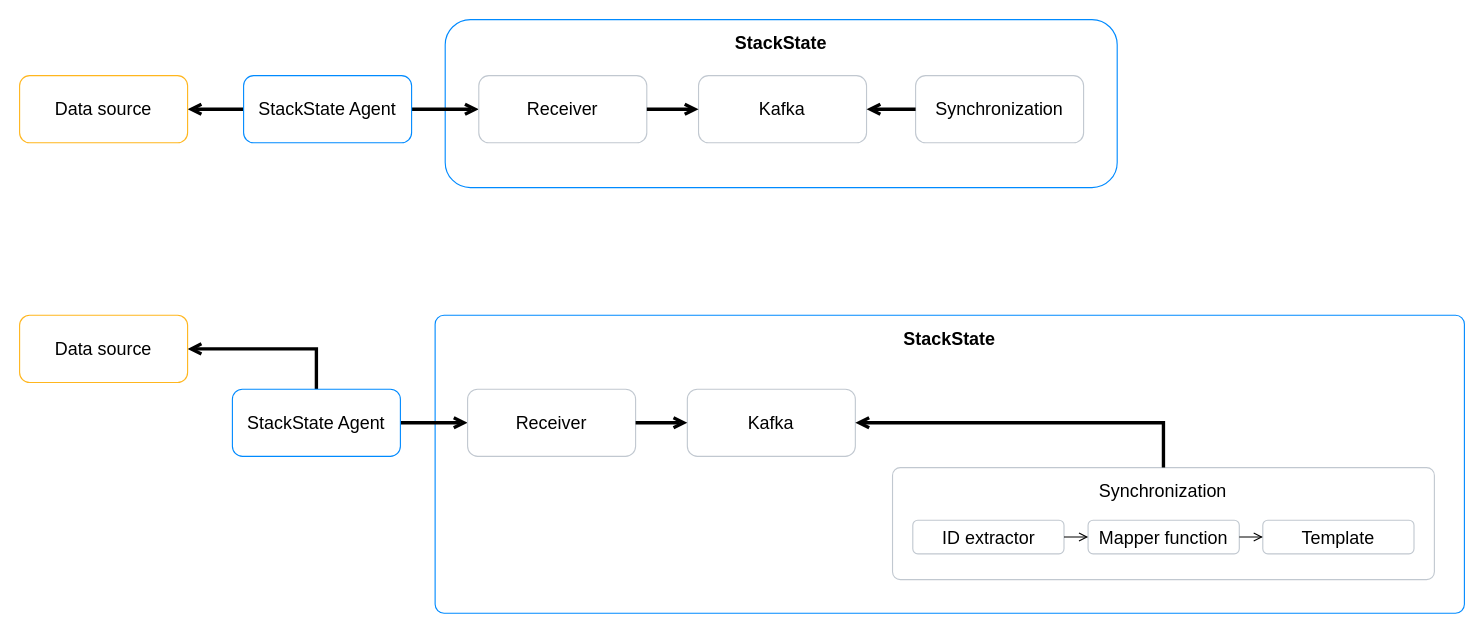
Earlier version of the draw.io diagram resources/drawio/debug_topo_sync.drawio (StackVista/stackstate-docs). Source tidied: cells renumbered, new cells numbered last; positions are measured from the earlier drawing's top-left corner, leaving out a move shared by most shapes. Both pictures are drawn from the tidied source at 112%, with x=0, y=0 at pixel (19, 19).
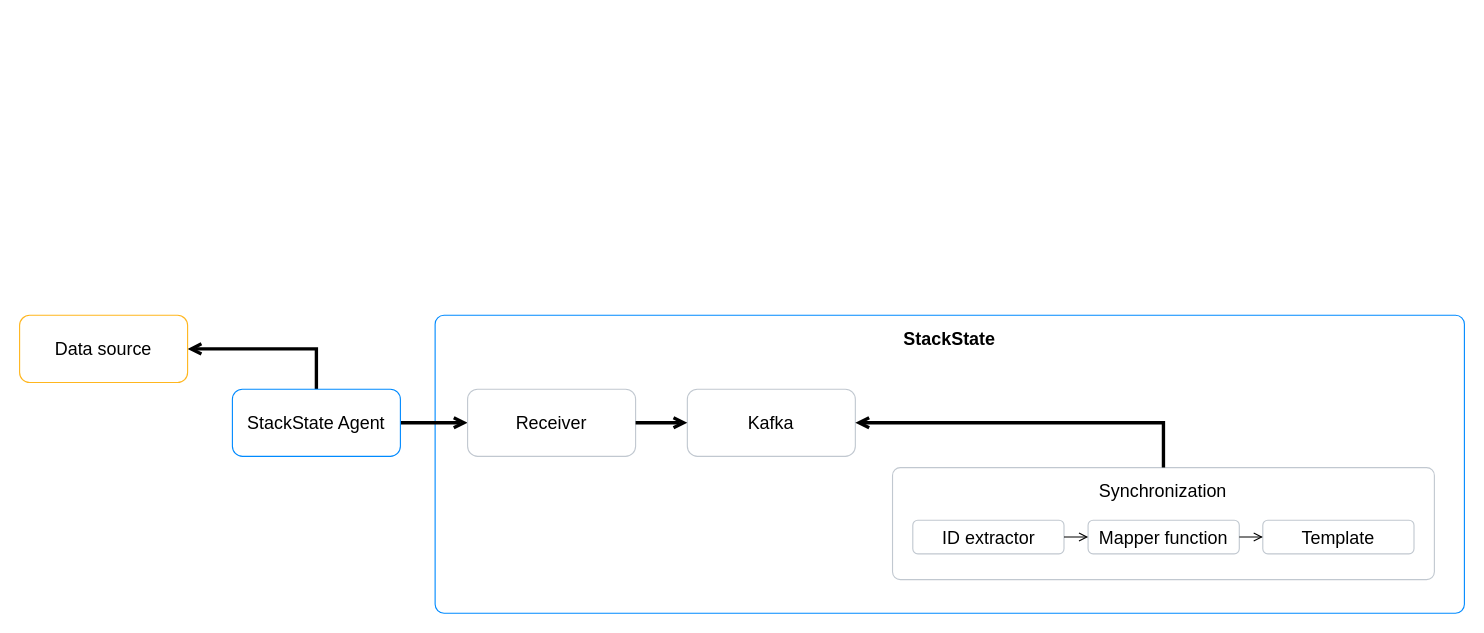
The same page after the edit.

The edit, as a diff of the source:
```diff
@@
-    <mxCell id="2" value="&lt;b&gt;StackState&lt;/b&gt;" style="rounded=1;whiteSpace=wrap;html=1;strokeWidth=1;strokeColor=#008AFF;verticalAlign=top;align=center;spacingLeft=0;fontStyle=0;fontSize=16;spacingTop=5;" parent="1" vertex="1">
-      <mxGeometry x="380" width="600" height="150" as="geometry" />
-    </mxCell>
-    <mxCell id="3" style="edgeStyle=orthogonalEdgeStyle;rounded=0;jettySize=auto;html=1;exitX=1;exitY=0.5;exitDx=0;exitDy=0;fontSize=16;endArrow=none;endFill=0;startArrow=open;startFill=0;strokeWidth=3;" parent="1" edge="1" source="4" target="6">
-      <mxGeometry relative="1" as="geometry" />
-    </mxCell>
-    <mxCell id="4" value="Data source" style="rounded=1;whiteSpace=wrap;html=1;strokeWidth=1;strokeColor=#FFB61E;verticalAlign=middle;align=center;fontStyle=0;fontSize=16;" parent="1" vertex="1">
-      <mxGeometry y="50" width="150" height="60" as="geometry" />
-    </mxCell>
-    <mxCell id="5" style="edgeStyle=orthogonalEdgeStyle;rounded=0;jettySize=auto;html=1;entryX=0;entryY=0.5;entryDx=0;entryDy=0;fontSize=16;endArrow=open;endFill=0;strokeWidth=3;" parent="1" edge="1" source="6" target="7">
-      <mxGeometry relative="1" as="geometry" />
-    </mxCell>
-    <mxCell id="6" value="StackState Agent" style="rounded=1;whiteSpace=wrap;html=1;strokeWidth=1;strokeColor=#008AFF;verticalAlign=middle;align=center;fontStyle=0;fontSize=16;" parent="1" vertex="1">
-      <mxGeometry x="200" y="50" width="150" height="60" as="geometry" />
-    </mxCell>
-    <mxCell id="7" value="Receiver" style="rounded=1;whiteSpace=wrap;html=1;strokeWidth=1;verticalAlign=middle;align=center;fontStyle=0;fontSize=16;strokeColor=#C1C8D0;" parent="1" vertex="1">
-      <mxGeometry x="410" y="50" width="150" height="60" as="geometry" />
-    </mxCell>
-    <mxCell id="8" value="Kafka" style="rounded=1;whiteSpace=wrap;html=1;strokeWidth=1;verticalAlign=middle;align=center;fontStyle=0;fontSize=16;strokeColor=#C1C8D0;" parent="1" vertex="1">
-      <mxGeometry x="606.2" y="50" width="150" height="60" as="geometry" />
-    </mxCell>
-    <mxCell id="9" value="Synchronization" style="rounded=1;whiteSpace=wrap;html=1;strokeWidth=1;verticalAlign=middle;align=center;fontStyle=0;fontSize=16;strokeColor=#C1C8D0;" parent="1" vertex="1">
-      <mxGeometry x="800" y="50" width="150" height="60" as="geometry" />
-    </mxCell>
-    <mxCell id="10" style="edgeStyle=orthogonalEdgeStyle;rounded=0;jettySize=auto;html=1;exitX=1;exitY=0.5;exitDx=0;exitDy=0;entryX=0;entryY=0.5;entryDx=0;entryDy=0;fontSize=16;endArrow=open;endFill=0;strokeWidth=3;" parent="1" edge="1" source="7" target="8">
-      <mxGeometry x="540" y="170" as="geometry" />
-    </mxCell>
-    <mxCell id="11" style="edgeStyle=orthogonalEdgeStyle;rounded=0;jettySize=auto;html=1;exitX=1;exitY=0.5;exitDx=0;exitDy=0;entryX=0;entryY=0.5;entryDx=0;entryDy=0;fontSize=16;endArrow=none;endFill=0;startArrow=open;startFill=0;strokeWidth=3;" parent="1" edge="1" source="8" target="9">
-      <mxGeometry x="540" y="170" as="geometry" />
-    </mxCell>
```
